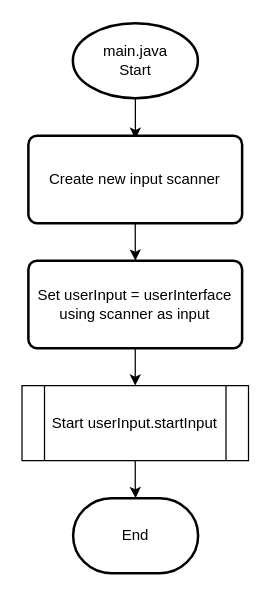
Above: report/flowcharts/task-2/designs/main-coursework-1.drawio in Sherman5A/usw-pop-coursework-1-task-2 (draw.io), before the change. Source tidied: cells renumbered, new cells numbered last; positions are measured from the earlier drawing's top-left corner, leaving out a move shared by most shapes. Both pictures are drawn from the tidied source at 125%, with x=0, y=0 at pixel (21, 22).
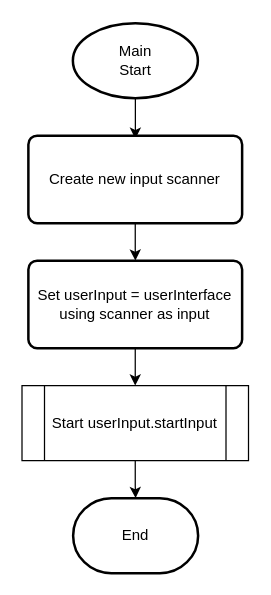
The same page after the edit.

Commit message (it also covers changes not shown here):
Complete task 1 flowcharts

What changed in the source:
```diff
@@
 <mxGraphModel>
   <root>
     <mxCell id="0" />
     <mxCell id="1" parent="0" />
     <mxCell id="2" style="edgeStyle=orthogonalEdgeStyle;rounded=0;jettySize=auto;html=1;entryX=0.5;entryY=0;entryDx=0;entryDy=0;" parent="1" edge="1" source="3">
       <mxGeometry relative="1" as="geometry">
         <mxPoint x="90.8" y="92.5" as="targetPoint" />
       </mxGeometry>
     </mxCell>
-    <mxCell id="3" value="main.java&lt;br&gt;Start" style="strokeWidth=2;html=1;shape=mxgraph.flowchart.start_1;whiteSpace=wrap;" parent="1" vertex="1">
+    <mxCell id="3" value="Main&lt;br&gt;Start" style="strokeWidth=2;html=1;shape=mxgraph.flowchart.start_1;whiteSpace=wrap;" parent="1" vertex="1">
       <mxGeometry x="40.8" width="100" height="60" as="geometry" />
     </mxCell>
     <mxCell id="4" style="edgeStyle=orthogonalEdgeStyle;rounded=0;jettySize=auto;html=1;" parent="1" edge="1" source="5">
       <mxGeometry relative="1" as="geometry">
         <mxPoint x="90.8" y="190" as="targetPoint" />
       </mxGeometry>
     </mxCell>
     <mxCell id="5" value="Create new input scanner" style="rounded=1;whiteSpace=wrap;html=1;absoluteArcSize=1;arcSize=14;strokeWidth=2;" parent="1" vertex="1">
       <mxGeometry x="5.2" y="90" width="171" height="70" as="geometry" />
     </mxCell>
     <mxCell id="6" style="edgeStyle=orthogonalEdgeStyle;rounded=0;jettySize=auto;html=1;" parent="1" edge="1" source="7" target="9">
       <mxGeometry relative="1" as="geometry" />
     </mxCell>
     <mxCell id="7" value="Set userInput = userInterface using scanner as input" style="rounded=1;whiteSpace=wrap;html=1;absoluteArcSize=1;arcSize=14;strokeWidth=2;" parent="1" vertex="1">
       <mxGeometry x="5.2" y="190" width="171" height="70" as="geometry" />
     </mxCell>
     <mxCell id="8" style="edgeStyle=orthogonalEdgeStyle;rounded=0;jettySize=auto;html=1;" parent="1" edge="1" source="9" target="10">
       <mxGeometry relative="1" as="geometry" />
     </mxCell>
     <mxCell id="9" value="Start userInput.startInput" style="shape=process;whiteSpace=wrap;html=1;backgroundOutline=1;" parent="1" vertex="1">
       <mxGeometry x="0.1" y="290" width="181.2" height="60" as="geometry" />
     </mxCell>
     <mxCell id="10" value="End" style="strokeWidth=2;html=1;shape=mxgraph.flowchart.terminator;whiteSpace=wrap;" parent="1" vertex="1">
       <mxGeometry x="41" y="380" width="100" height="60" as="geometry" />
     </mxCell>
   </root>
 </mxGraphModel>
```
